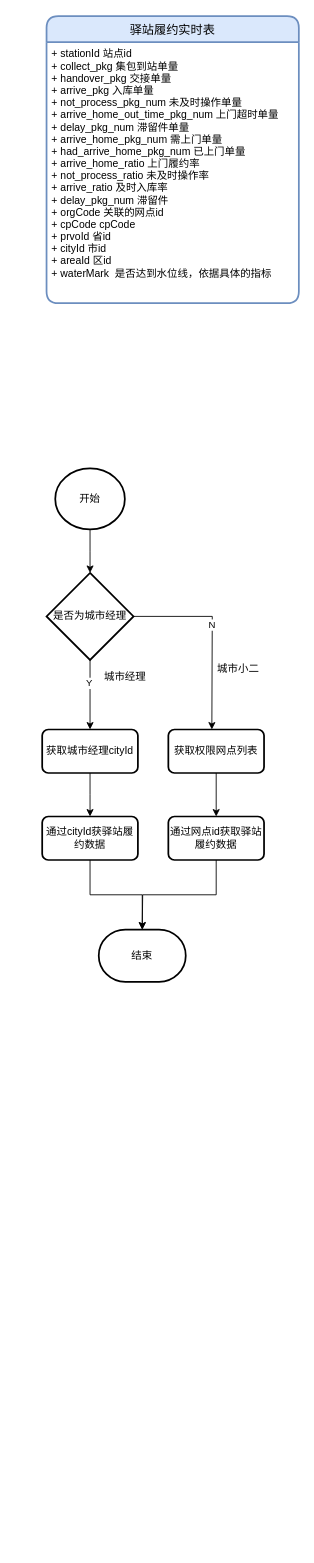
Before: 编程/Untitled Diagram.drawio in stevesgit/ReadingNotes, a draw.io diagram. Source tidied: cells renumbered, new cells numbered last; positions are measured from the earlier drawing's top-left corner, leaving out a move shared by most shapes. Both pictures are drawn from the tidied source at 87%, with x=0, y=0 at pixel (42, 16).
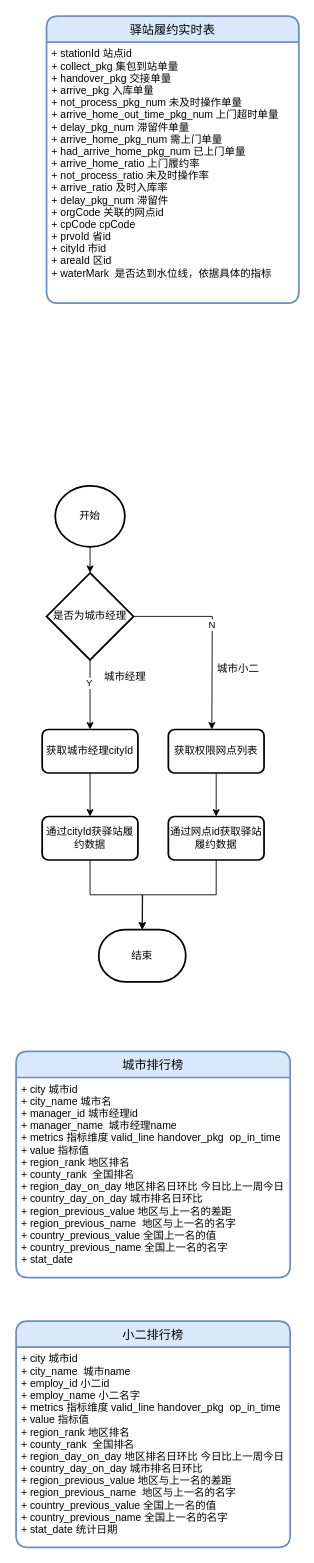
Above is the later version.

Diff of the diagram source:
```diff
@@
     <mxCell id="5" value="开始" style="strokeWidth=2;html=1;shape=mxgraph.flowchart.start_2;whiteSpace=wrap;" parent="1" vertex="1">
-      <mxGeometry x="15" y="520" width="80" height="70" as="geometry" />
+      <mxGeometry x="15" y="540" width="80" height="70" as="geometry" />
     </mxCell>
@@
+    <mxCell id="22" value="城市排行榜" style="swimlane;horizontal=1;startSize=30;rounded=1;fontSize=14;fontStyle=0;strokeWidth=2;shadow=0;dashed=0;align=center;fillColor=#dae8fc;strokeColor=#6c8ebf;" parent="1" vertex="1">
+      <mxGeometry x="-30" y="1190" width="315" height="260" as="geometry" />
+    </mxCell>
+    <mxCell id="23" value="+ city 城市id&#10;+ city_name 城市名&#10;+ manager_id 城市经理id&#10;+ manager_name  城市经理name&#10;+ metrics 指标维度 valid_line handover_pkg  op_in_time&#10;+ value 指标值&#10;+ region_rank 地区排名 &#10;+ county_rank  全国排名&#10;+ region_day_on_day 地区排名日环比 今日比上一周今日&#10;+ country_day_on_day 城市排名日环比&#10;+ region_previous_value 地区与上一名的差距&#10;+ region_previous_name  地区与上一名的名字&#10;+ country_previous_value 全国上一名的值&#10;+ country_previous_name 全国上一名的名字&#10;+ stat_date&#10;" style="align=left;strokeColor=none;fillColor=none;spacingLeft=4;fontSize=12;verticalAlign=top;" parent="22" vertex="1">
+      <mxGeometry y="30" width="315" height="230" as="geometry" />
+    </mxCell>
+    <mxCell id="24" value="小二排行榜" style="swimlane;horizontal=1;startSize=30;rounded=1;fontSize=14;fontStyle=0;strokeWidth=2;shadow=0;dashed=0;align=center;fillColor=#dae8fc;strokeColor=#6c8ebf;" parent="1" vertex="1">
+      <mxGeometry x="-30" y="1500" width="315" height="260" as="geometry" />
+    </mxCell>
+    <mxCell id="25" value="+ city 城市id&#10;+ city_name  城市name&#10;+ employ_id 小二id&#10;+ employ_name 小二名字&#10;+ metrics 指标维度 valid_line handover_pkg  op_in_time&#10;+ value 指标值&#10;+ region_rank 地区排名 &#10;+ county_rank  全国排名&#10;+ region_day_on_day 地区排名日环比 今日比上一周今日&#10;+ country_day_on_day 城市排名日环比&#10;+ region_previous_value 地区与上一名的差距&#10;+ region_previous_name  地区与上一名的名字&#10;+ country_previous_value 全国上一名的值&#10;+ country_previous_name 全国上一名的名字&#10;+ stat_date 统计日期&#10;" style="align=left;strokeColor=none;fillColor=none;spacingLeft=4;fontSize=12;verticalAlign=top;" parent="24" vertex="1">
+      <mxGeometry y="30" width="315" height="230" as="geometry" />
+    </mxCell>
```
